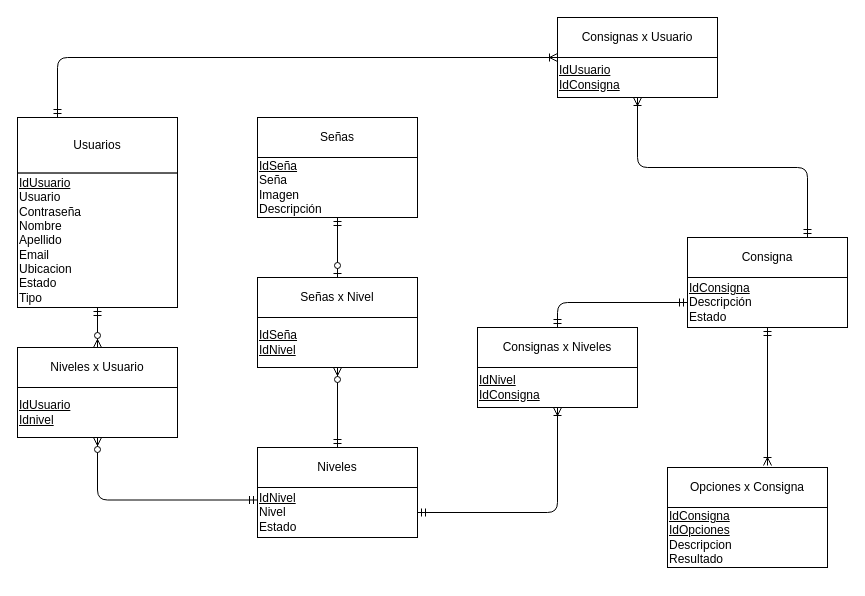
This is Documentación/DER.drawio from AxelNegro/PA2_Grupo1, a draw.io file, before an edit. Source tidied: cells renumbered, new cells numbered last; positions are measured from the earlier drawing's top-left corner, leaving out a move shared by most shapes. Both pictures are drawn from the tidied source at 100%, with x=0, y=0 at pixel (17, 17).
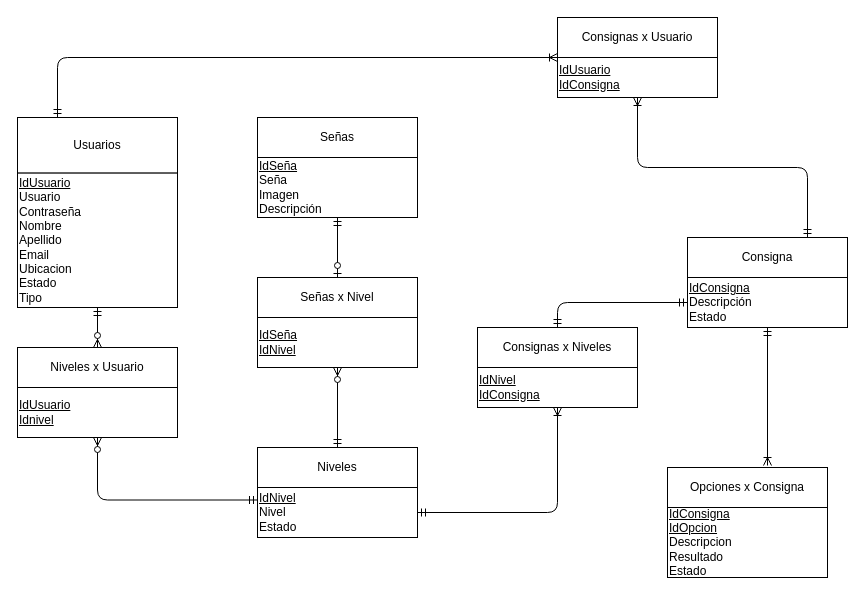
Above is the later version.

Commit message (it also covers changes not shown here):
Corrección de cositas en la documentación.

Change to the diagram source:
```diff
@@
     <mxCell id="5" style="group;" parent="1" vertex="1">
-      <mxGeometry x="650" y="450" width="160" height="100" as="geometry" />
+      <mxGeometry x="650" y="450" width="160" height="110" as="geometry" />
     </mxCell>
-    <mxCell id="6" value="&lt;div&gt;&lt;u&gt;IdConsigna&lt;/u&gt;&lt;/div&gt;&lt;div&gt;&lt;u&gt;IdOpciones&lt;/u&gt;&lt;/div&gt;&lt;div&gt;Descripcion&lt;/div&gt;&lt;div&gt;Resultado&lt;br&gt;&lt;/div&gt;" style="rounded=0;whiteSpace=wrap;html=1;align=left;" parent="5" vertex="1">
-      <mxGeometry y="40" width="160" height="60" as="geometry" />
+    <mxCell id="6" value="&lt;div&gt;&lt;u&gt;IdConsigna&lt;/u&gt;&lt;/div&gt;&lt;div&gt;&lt;u&gt;IdOpcion&lt;/u&gt;&lt;/div&gt;&lt;div&gt;Descripcion&lt;/div&gt;&lt;div&gt;Resultado&lt;/div&gt;&lt;div&gt;Estado&lt;br&gt;&lt;/div&gt;" style="rounded=0;whiteSpace=wrap;html=1;align=left;" parent="5" vertex="1">
+      <mxGeometry y="40" width="160" height="70" as="geometry" />
     </mxCell>
```
